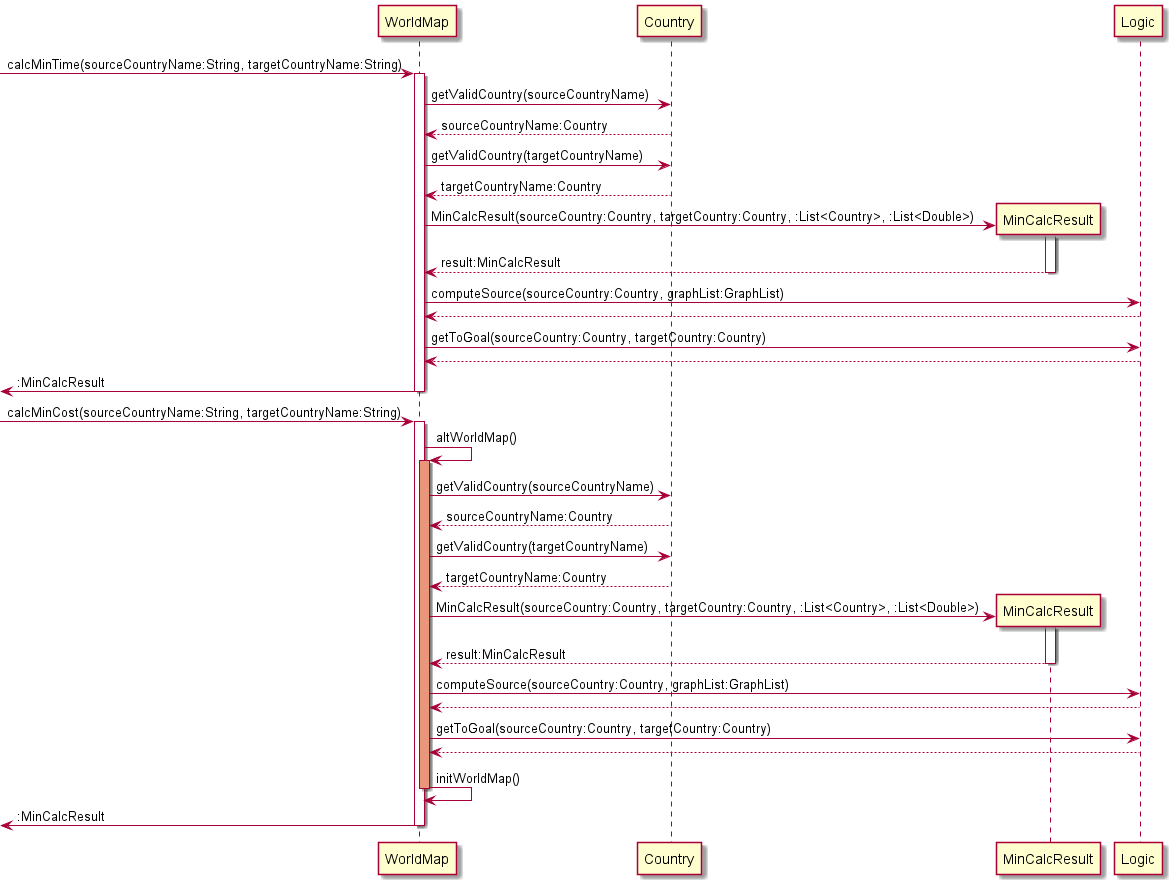
nus-cs2113-AY2122S1/tp keeps this PlantUML diagram as docs/documentationPics/worldmap2.2.png. Above is the earlier version. Source of this version:
```plantuml
@startuml








[-> WorldMap : calcMinTime(sourceCountryName:String, targetCountryName:String)
activate WorldMap

WorldMap -> Country: getValidCountry(sourceCountryName)
Country --> WorldMap: sourceCountryName:Country
WorldMap -> Country: getValidCountry(targetCountryName)
Country --> WorldMap: targetCountryName:Country

create MinCalcResult
WorldMap -> MinCalcResult: MinCalcResult(sourceCountry:Country, targetCountry:Country, :List<Country>, :List<Double>)
activate MinCalcResult
MinCalcResult --> WorldMap: result:MinCalcResult
deactivate MinCalcResult

WorldMap -> Logic: computeSource(sourceCountry:Country, graphList:GraphList)
Logic --> WorldMap

WorldMap -> Logic: getToGoal(sourceCountry:Country, targetCountry:Country)
Logic --> WorldMap

<- WorldMap : :MinCalcResult
deactivate WorldMap


[-> WorldMap : calcMinCost(sourceCountryName:String, targetCountryName:String)
activate WorldMap

WorldMap -> WorldMap: altWorldMap()
activate WorldMap #DarkSalmon

WorldMap -> Country: getValidCountry(sourceCountryName)
Country --> WorldMap: sourceCountryName:Country
WorldMap -> Country: getValidCountry(targetCountryName)
Country --> WorldMap: targetCountryName:Country

create MinCalcResult
WorldMap -> MinCalcResult: MinCalcResult(sourceCountry:Country, targetCountry:Country, :List<Country>, :List<Double>)
activate MinCalcResult
MinCalcResult --> WorldMap: result:MinCalcResult
deactivate MinCalcResult

WorldMap -> Logic: computeSource(sourceCountry:Country, graphList:GraphList)
Logic --> WorldMap

WorldMap -> Logic: getToGoal(sourceCountry:Country, targetCountry:Country)
Logic --> WorldMap

WorldMap -> WorldMap: initWorldMap()
deactivate WorldMap #DarkSalmon
<- WorldMap : :MinCalcResult
deactivate WorldMap








@enduml
```
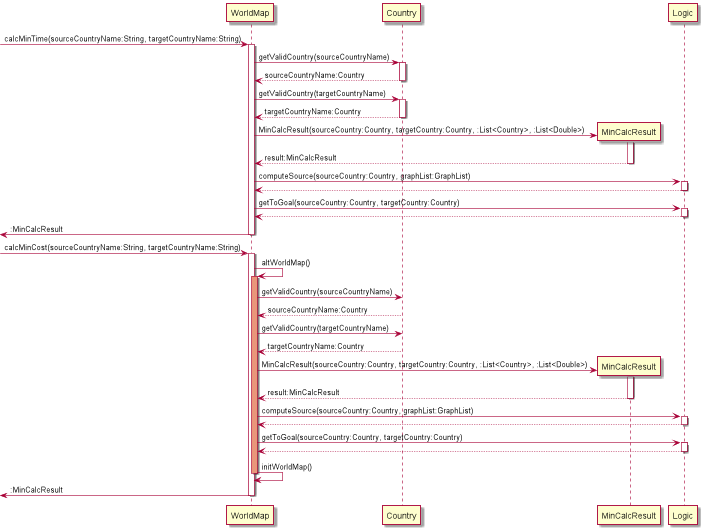
Above is the later version.

Diff of the diagram source:
```diff
@@ -1,6 +1,4 @@
 @startuml
-
-
 
 
 
@@ -11,9 +9,13 @@
 activate WorldMap
 
 WorldMap -> Country: getValidCountry(sourceCountryName)
+activate Country
 Country --> WorldMap: sourceCountryName:Country
+deactivate Country
 WorldMap -> Country: getValidCountry(targetCountryName)
+activate Country
 Country --> WorldMap: targetCountryName:Country
+deactivate Country
 
 create MinCalcResult
 WorldMap -> MinCalcResult: MinCalcResult(sourceCountry:Country, targetCountry:Country, :List<Country>, :List<Double>)
@@ -22,10 +24,14 @@
 deactivate MinCalcResult
 
 WorldMap -> Logic: computeSource(sourceCountry:Country, graphList:GraphList)
+activate Logic
 Logic --> WorldMap
+deactivate Logic
 
 WorldMap -> Logic: getToGoal(sourceCountry:Country, targetCountry:Country)
+activate Logic
 Logic --> WorldMap
+deactivate Logic
 
 <- WorldMap : :MinCalcResult
 deactivate WorldMap
@@ -49,21 +55,18 @@
 deactivate MinCalcResult
 
 WorldMap -> Logic: computeSource(sourceCountry:Country, graphList:GraphList)
+activate Logic
 Logic --> WorldMap
+deactivate Logic
 
 WorldMap -> Logic: getToGoal(sourceCountry:Country, targetCountry:Country)
+activate Logic
 Logic --> WorldMap
+deactivate Logic
 
 WorldMap -> WorldMap: initWorldMap()
 deactivate WorldMap #DarkSalmon
 <- WorldMap : :MinCalcResult
 deactivate WorldMap
 
-
-
-
-
-
-
-
 @enduml
```
